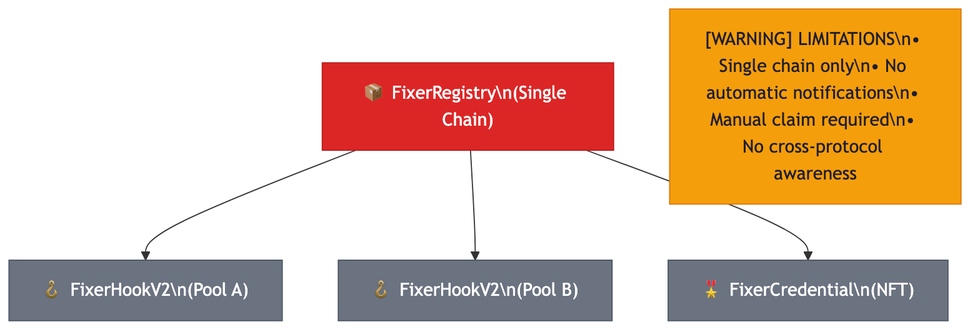
The Mermaid diagram docs/diagrams/REACTIVE_NETWORK_INTEGRATION_4.png in guglxni/the-fixer-hook, before a commit. Its source is kept beside it as docs/diagrams/REACTIVE_NETWORK_INTEGRATION_4.mmd. Its diagram source:
```mermaid
flowchart TD
    Reg["📦 FixerRegistry\n(Single Chain)"]
    Reg --> HookA["🪝 FixerHookV2\n(Pool A)"]
    Reg --> HookB["🪝 FixerHookV2\n(Pool B)"]
    Reg --> Cred["🎖️ FixerCredential\n(NFT)"]

    Limits["[WARNING] LIMITATIONS\n• Single chain only\n• No automatic notifications\n• Manual claim required\n• No cross-protocol awareness"]

    style Reg fill:#DC2626,color:#FFFFFF,stroke:#B91C1C
    style HookA fill:#6B7280,color:#FFFFFF,stroke:#4B5563
    style HookB fill:#6B7280,color:#FFFFFF,stroke:#4B5563
    style Cred fill:#6B7280,color:#FFFFFF,stroke:#4B5563
    style Limits fill:#F59E0B,color:#1E1E2E,stroke:#D97706
```
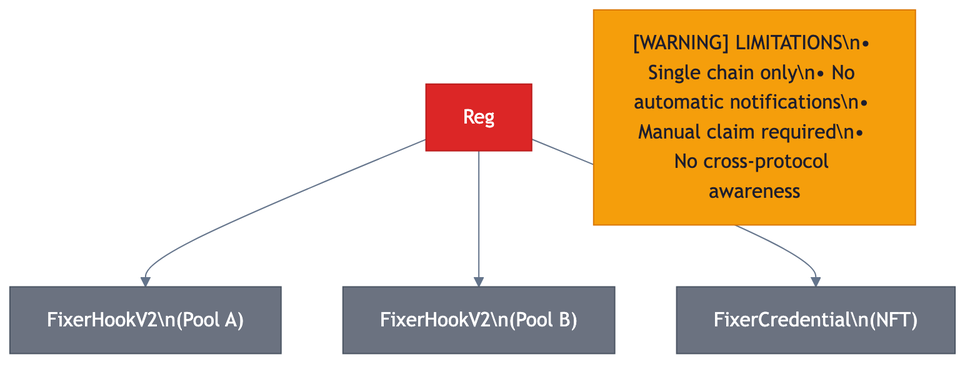
After the commit.

Diff of the diagram source:
```diff
@@ -1,11 +1,9 @@
+%%{init: {'theme': 'neutral', 'themeVariables': { 'primaryColor': '#2563eb', 'primaryTextColor': '#1e293b', 'primaryBorderColor': '#3b82f6', 'lineColor': '#64748b', 'secondaryColor': '#f1f5f9', 'tertiaryColor': '#e2e8f0'}}}%%
 flowchart TD
-    Reg["📦 FixerRegistry\n(Single Chain)"]
-    Reg --> HookA["🪝 FixerHookV2\n(Pool A)"]
-    Reg --> HookB["🪝 FixerHookV2\n(Pool B)"]
-    Reg --> Cred["🎖️ FixerCredential\n(NFT)"]
-
+    Reg --> HookA[" FixerHookV2\n(Pool A)"]
+    Reg --> HookB[" FixerHookV2\n(Pool B)"]
+    Reg --> Cred[" FixerCredential\n(NFT)"]
     Limits["[WARNING] LIMITATIONS\n• Single chain only\n• No automatic notifications\n• Manual claim required\n• No cross-protocol awareness"]
-
     style Reg fill:#DC2626,color:#FFFFFF,stroke:#B91C1C
     style HookA fill:#6B7280,color:#FFFFFF,stroke:#4B5563
     style HookB fill:#6B7280,color:#FFFFFF,stroke:#4B5563
```
